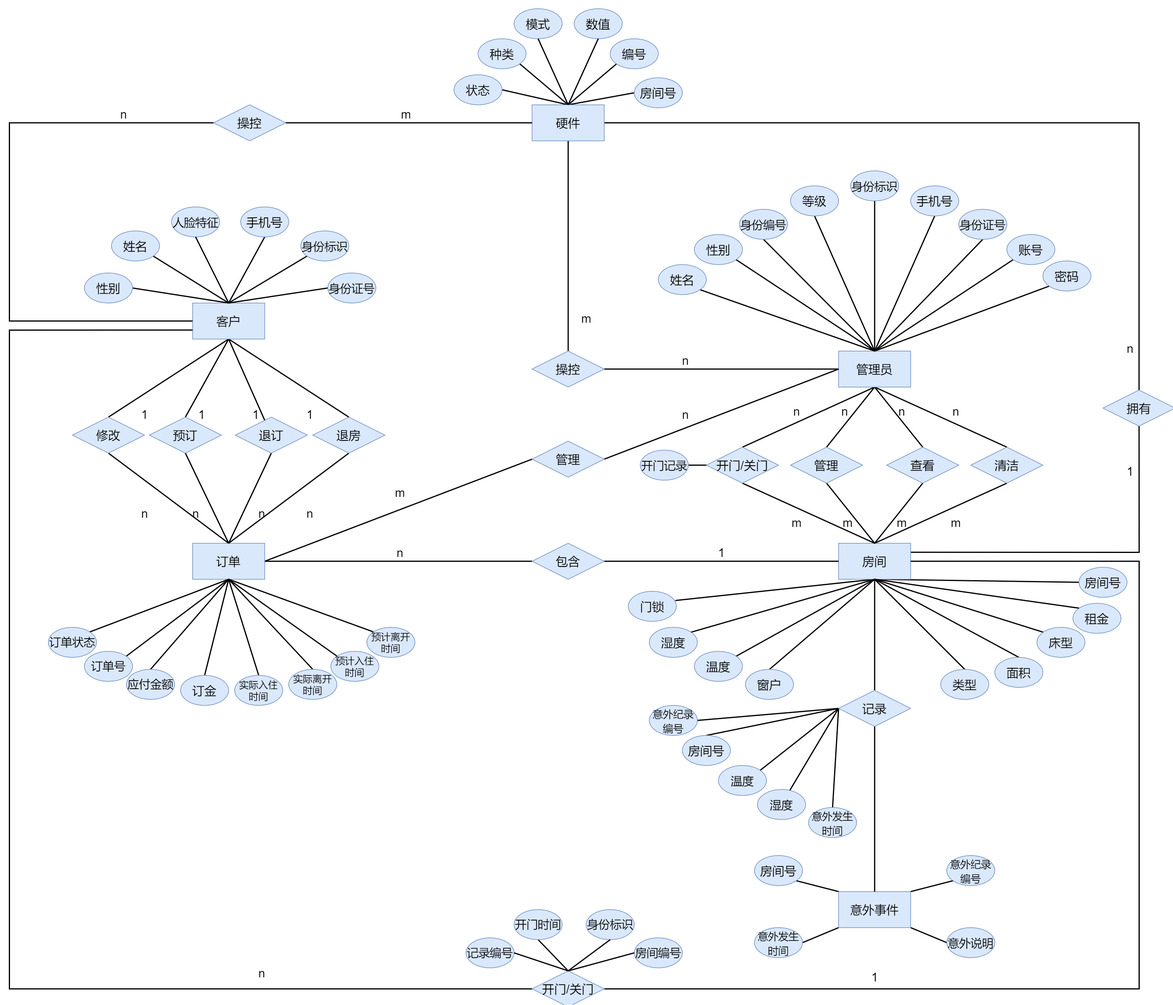
AndSonder/smart-hotel-database keeps this draw.io diagram as docs/src/E-R图.png. Above is the earlier version. Source tidied: cells renumbered, new cells last; positions are measured from the earlier drawing's top-left corner, leaving out a move shared by most shapes.
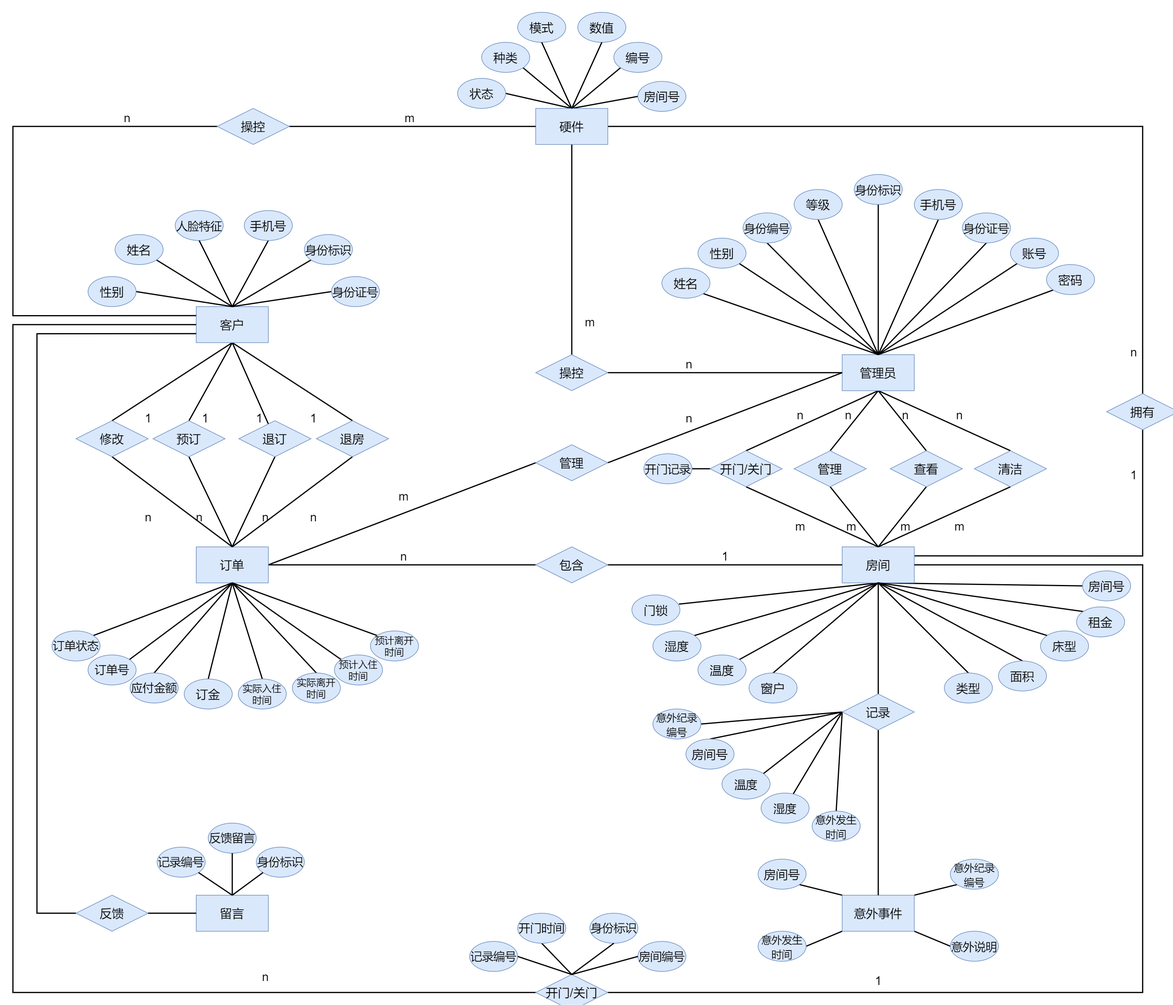
The same file after the commit.

Diff of the diagram source:
```diff
@@ -154,11 +154,11 @@
     <mxCell id="50" style="edgeStyle=none;rounded=0;jettySize=auto;html=1;exitX=1;exitY=0.5;exitDx=0;exitDy=0;fontSize=20;startArrow=none;startFill=0;endArrow=none;endFill=0;strokeWidth=2;" parent="1" edge="1" source="52" target="38">
       <mxGeometry relative="1" as="geometry" />
     </mxCell>
-    <mxCell id="51" style="edgeStyle=orthogonalEdgeStyle;rounded=0;jettySize=auto;html=1;exitX=0;exitY=0.5;exitDx=0;exitDy=0;entryX=0;entryY=0.5;entryDx=0;entryDy=0;endArrow=none;endFill=0;strokeWidth=2;" parent="1" edge="1" source="52" target="6">
+    <mxCell id="51" style="edgeStyle=orthogonalEdgeStyle;rounded=0;jettySize=auto;html=1;exitX=0;exitY=0.5;exitDx=0;exitDy=0;entryX=0;entryY=0.25;entryDx=0;entryDy=0;endArrow=none;endFill=0;strokeWidth=2;" parent="1" edge="1" source="52" target="6">
       <mxGeometry relative="1" as="geometry">
         <Array as="points">
           <mxPoint y="190" />
-          <mxPoint y="520" />
+          <mxPoint y="505" />
         </Array>
       </mxGeometry>
     </mxCell>
@@ -219,11 +219,11 @@
     <mxCell id="70" style="edgeStyle=none;rounded=0;jettySize=auto;html=1;exitX=0.5;exitY=0;exitDx=0;exitDy=0;entryX=0.5;entryY=1;entryDx=0;entryDy=0;fontSize=19;startArrow=none;startFill=0;endArrow=none;endFill=0;strokeWidth=2;" parent="1" edge="1" source="73" target="146">
       <mxGeometry relative="1" as="geometry" />
     </mxCell>
-    <mxCell id="71" style="edgeStyle=orthogonalEdgeStyle;rounded=0;jettySize=auto;html=1;exitX=0;exitY=0.5;exitDx=0;exitDy=0;entryX=0;entryY=0.75;entryDx=0;entryDy=0;strokeWidth=2;endArrow=none;endFill=0;" parent="1" edge="1" source="73" target="6">
+    <mxCell id="71" style="edgeStyle=orthogonalEdgeStyle;rounded=0;jettySize=auto;html=1;exitX=0;exitY=0.5;exitDx=0;exitDy=0;entryX=0;entryY=0.5;entryDx=0;entryDy=0;strokeWidth=2;endArrow=none;endFill=0;" parent="1" edge="1" source="73" target="6">
       <mxGeometry relative="1" as="geometry">
         <Array as="points">
           <mxPoint y="1632" />
-          <mxPoint y="535" />
+          <mxPoint y="520" />
         </Array>
       </mxGeometry>
     </mxCell>
@@ -584,5 +584,40 @@
     <mxCell id="186" style="endArrow=none;html=1;exitX=0.5;exitY=0;exitDx=0;exitDy=0;entryX=0.5;entryY=1;entryDx=0;entryDy=0;strokeWidth=2;" parent="1" edge="1" source="38" target="184">
       <mxGeometry relative="1" as="geometry" />
     </mxCell>
+    <mxCell id="187" value="留言" style="rounded=0;whiteSpace=wrap;html=1;fillColor=#dae8fc;strokeColor=#6c8ebf;fontSize=20;" parent="1" vertex="1">
+      <mxGeometry x="305" y="1470" width="120" height="60" as="geometry" />
+    </mxCell>
+    <mxCell id="188" style="edgeStyle=orthogonalEdgeStyle;rounded=0;jettySize=auto;html=1;exitX=0;exitY=0.5;exitDx=0;exitDy=0;strokeWidth=2;endArrow=none;endFill=0;entryX=0;entryY=0.75;entryDx=0;entryDy=0;" parent="1" edge="1" source="189" target="6">
+      <mxGeometry relative="1" as="geometry">
+        <Array as="points">
+          <mxPoint x="40" y="1500" />
+          <mxPoint x="40" y="535" />
+        </Array>
+      </mxGeometry>
+    </mxCell>
+    <mxCell id="189" value="反馈" style="rhombus;whiteSpace=wrap;html=1;fillColor=#dae8fc;strokeColor=#6c8ebf;fontSize=20;" parent="1" vertex="1">
+      <mxGeometry x="105" y="1470" width="120" height="60" as="geometry" />
+    </mxCell>
+    <mxCell id="190" style="endArrow=none;html=1;strokeWidth=2;exitX=1;exitY=0.5;exitDx=0;exitDy=0;entryX=0;entryY=0.5;entryDx=0;entryDy=0;" parent="1" edge="1" source="189" target="187">
+      <mxGeometry relative="1" as="geometry" />
+    </mxCell>
+    <mxCell id="191" value="记录编号" style="ellipse;whiteSpace=wrap;html=1;fontSize=19;fillColor=#dae8fc;strokeColor=#6c8ebf;" parent="1" vertex="1">
+      <mxGeometry x="240" y="1390" width="80" height="50" as="geometry" />
+    </mxCell>
+    <mxCell id="192" value="反馈留言" style="ellipse;whiteSpace=wrap;html=1;fontSize=19;fillColor=#dae8fc;strokeColor=#6c8ebf;" parent="1" vertex="1">
+      <mxGeometry x="325" y="1350" width="80" height="50" as="geometry" />
+    </mxCell>
+    <mxCell id="193" value="身份标识" style="ellipse;whiteSpace=wrap;html=1;fontSize=19;fillColor=#dae8fc;strokeColor=#6c8ebf;" parent="1" vertex="1">
+      <mxGeometry x="405" y="1390" width="80" height="50" as="geometry" />
+    </mxCell>
+    <mxCell id="194" style="endArrow=none;html=1;strokeWidth=2;exitX=0.5;exitY=1;exitDx=0;exitDy=0;entryX=0.5;entryY=0;entryDx=0;entryDy=0;" parent="1" edge="1" source="192" target="187">
+      <mxGeometry relative="1" as="geometry" />
+    </mxCell>
+    <mxCell id="195" style="endArrow=none;html=1;strokeWidth=2;entryX=0;entryY=1;entryDx=0;entryDy=0;exitX=0.5;exitY=0;exitDx=0;exitDy=0;" parent="1" edge="1" source="187" target="193">
+      <mxGeometry relative="1" as="geometry" />
+    </mxCell>
+    <mxCell id="196" style="endArrow=none;html=1;strokeWidth=2;exitX=0.5;exitY=0;exitDx=0;exitDy=0;entryX=1;entryY=1;entryDx=0;entryDy=0;" parent="1" edge="1" source="187" target="191">
+      <mxGeometry relative="1" as="geometry" />
+    </mxCell>
   </root>
 </mxGraphModel>
```
